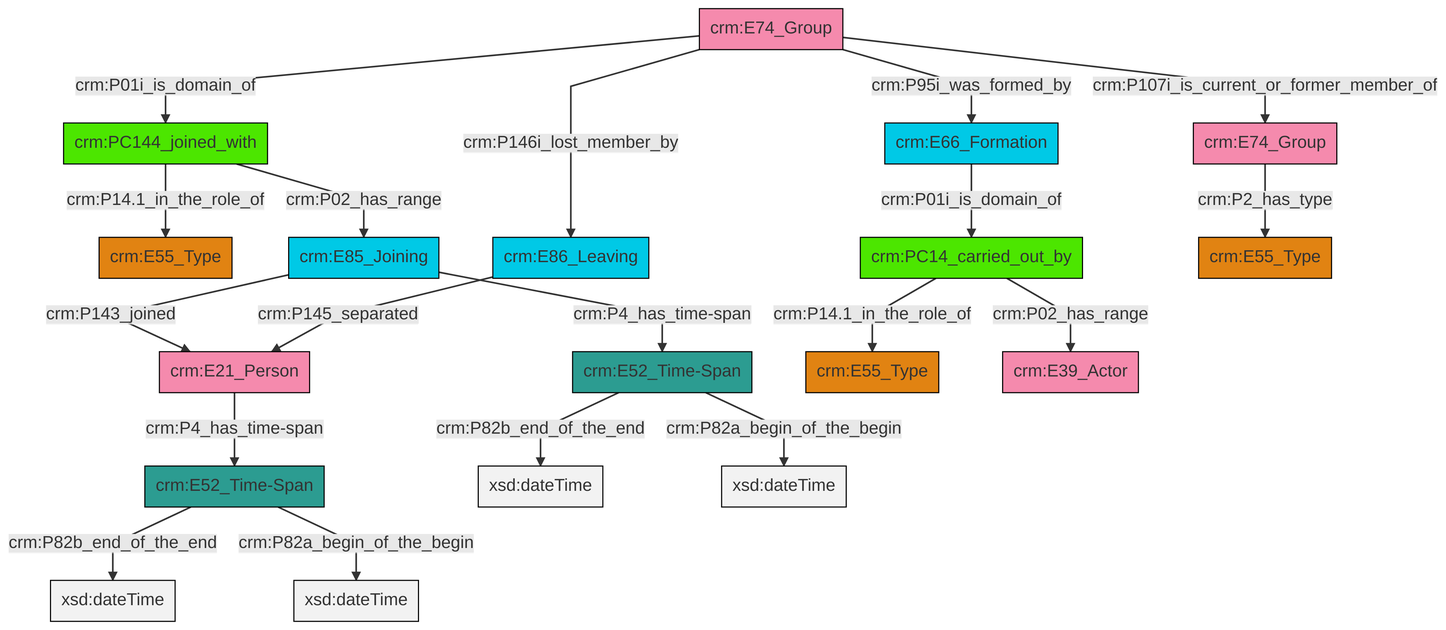
The Mermaid diagram et/groupCSV/ttl/mmd/png/group_actor_relations.png in swiss-art-research-net/reference-data-models, before a commit. Its source is kept beside it as et/groupCSV/ttl/mmd/group_actor_relations.ttl.mmd.
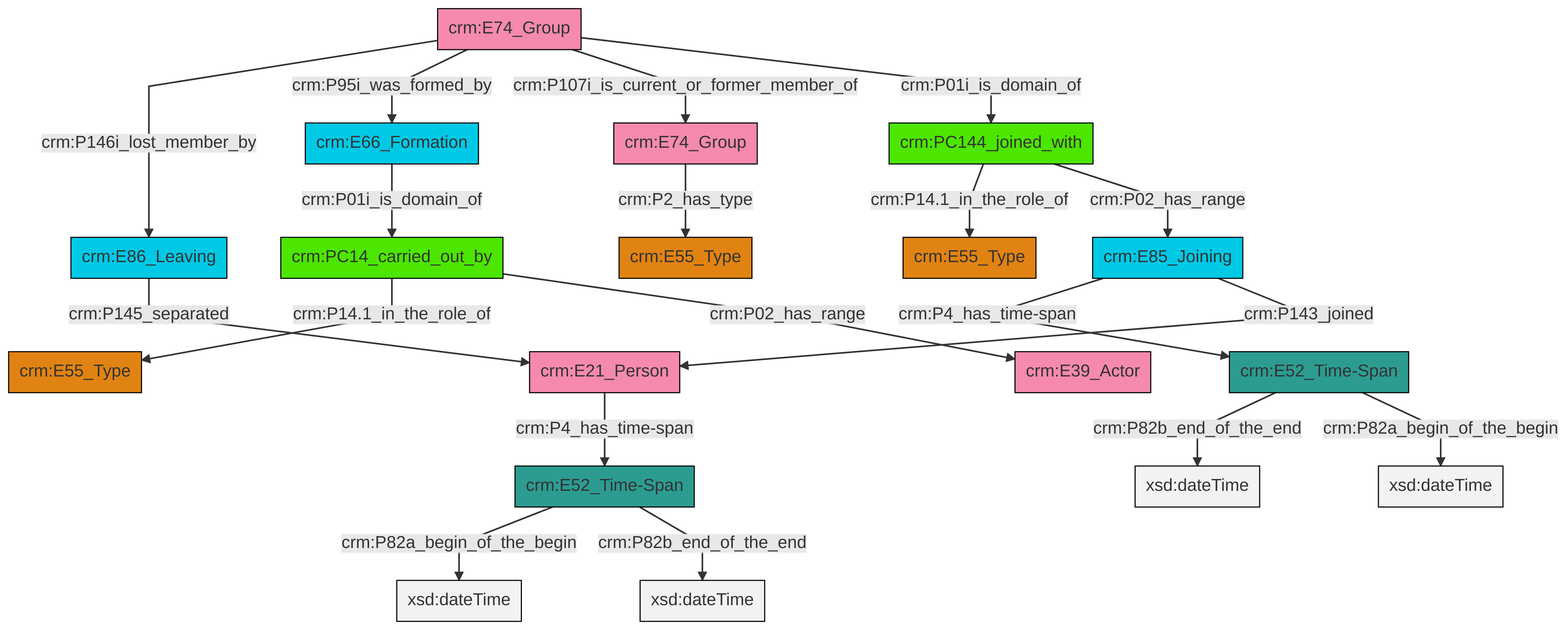
Later version of the same file.

The edit, as a diff of the source:
```diff
@@ -13,21 +13,21 @@
 classDef PC_Classes fill:#4ce600, stroke:#000000;
 classDef Multi fill:#cccccc,stroke:#000000;
 
-0["crm:E21_Person"]:::Actor -->|crm:P4_has_time-span| 1["crm:E52_Time-Span"]:::Time-Span
-1["crm:E52_Time-Span"]:::Time-Span -->|crm:P82b_end_of_the_end| 6[xsd:dateTime]:::Literal
-7["crm:E85_Joining"]:::Temporal_Entity -->|crm:P143_joined| 0["crm:E21_Person"]:::Actor
-8["crm:E74_Group"]:::Actor -->|crm:P146i_lost_member_by| 9["crm:E86_Leaving"]:::Temporal_Entity
-7["crm:E85_Joining"]:::Temporal_Entity -->|crm:P4_has_time-span| 12["crm:E52_Time-Span"]:::Time-Span
-8["crm:E74_Group"]:::Actor -->|crm:P95i_was_formed_by| 10["crm:E66_Formation"]:::Temporal_Entity
-1["crm:E52_Time-Span"]:::Time-Span -->|crm:P82a_begin_of_the_begin| 16[xsd:dateTime]:::Literal
-14["crm:PC14_carried_out_by"]:::PC_Classes -->|crm:P02_has_range| 23["crm:E39_Actor"]:::Actor
-10["crm:E66_Formation"]:::Temporal_Entity -->|crm:P01i_is_domain_of| 14["crm:PC14_carried_out_by"]:::PC_Classes
-21["crm:PC144_joined_with"]:::PC_Classes -->|crm:P14.1_in_the_role_of| 2["crm:E55_Type"]:::Type
-8["crm:E74_Group"]:::Actor -->|crm:P107i_is_current_or_former_member_of| 4["crm:E74_Group"]:::Actor
-4["crm:E74_Group"]:::Actor -->|crm:P2_has_type| 17["crm:E55_Type"]:::Type
-14["crm:PC14_carried_out_by"]:::PC_Classes -->|crm:P14.1_in_the_role_of| 19["crm:E55_Type"]:::Type
-12["crm:E52_Time-Span"]:::Time-Span -->|crm:P82b_end_of_the_end| 30[xsd:dateTime]:::Literal
-8["crm:E74_Group"]:::Actor -->|crm:P01i_is_domain_of| 21["crm:PC144_joined_with"]:::PC_Classes
-12["crm:E52_Time-Span"]:::Time-Span -->|crm:P82a_begin_of_the_begin| 31[xsd:dateTime]:::Literal
-9["crm:E86_Leaving"]:::Temporal_Entity -->|crm:P145_separated| 0["crm:E21_Person"]:::Actor
-21["crm:PC144_joined_with"]:::PC_Classes -->|crm:P02_has_range| 7["crm:E85_Joining"]:::Temporal_Entity
+0["crm:PC144_joined_with"]:::PC_Classes -->|crm:P14.1_in_the_role_of| 1["crm:E55_Type"]:::Type
+2["crm:PC14_carried_out_by"]:::PC_Classes -->|crm:P14.1_in_the_role_of| 3["crm:E55_Type"]:::Type
+4["crm:E86_Leaving"]:::Temporal_Entity -->|crm:P145_separated| 5["crm:E21_Person"]:::Actor
+5["crm:E21_Person"]:::Actor -->|crm:P4_has_time-span| 6["crm:E52_Time-Span"]:::Time-Span
+6["crm:E52_Time-Span"]:::Time-Span -->|crm:P82a_begin_of_the_begin| 7[xsd:dateTime]:::Literal
+13["crm:E85_Joining"]:::Temporal_Entity -->|crm:P4_has_time-span| 14["crm:E52_Time-Span"]:::Time-Span
+13["crm:E85_Joining"]:::Temporal_Entity -->|crm:P143_joined| 5["crm:E21_Person"]:::Actor
+14["crm:E52_Time-Span"]:::Time-Span -->|crm:P82b_end_of_the_end| 17[xsd:dateTime]:::Literal
+14["crm:E52_Time-Span"]:::Time-Span -->|crm:P82a_begin_of_the_begin| 18[xsd:dateTime]:::Literal
+6["crm:E52_Time-Span"]:::Time-Span -->|crm:P82b_end_of_the_end| 21[xsd:dateTime]:::Literal
+9["crm:E74_Group"]:::Actor -->|crm:P146i_lost_member_by| 4["crm:E86_Leaving"]:::Temporal_Entity
+22["crm:E74_Group"]:::Actor -->|crm:P2_has_type| 19["crm:E55_Type"]:::Type
+9["crm:E74_Group"]:::Actor -->|crm:P95i_was_formed_by| 25["crm:E66_Formation"]:::Temporal_Entity
+9["crm:E74_Group"]:::Actor -->|crm:P107i_is_current_or_former_member_of| 22["crm:E74_Group"]:::Actor
+25["crm:E66_Formation"]:::Temporal_Entity -->|crm:P01i_is_domain_of| 2["crm:PC14_carried_out_by"]:::PC_Classes
+2["crm:PC14_carried_out_by"]:::PC_Classes -->|crm:P02_has_range| 29["crm:E39_Actor"]:::Actor
+0["crm:PC144_joined_with"]:::PC_Classes -->|crm:P02_has_range| 13["crm:E85_Joining"]:::Temporal_Entity
+9["crm:E74_Group"]:::Actor -->|crm:P01i_is_domain_of| 0["crm:PC144_joined_with"]:::PC_Classes
```
